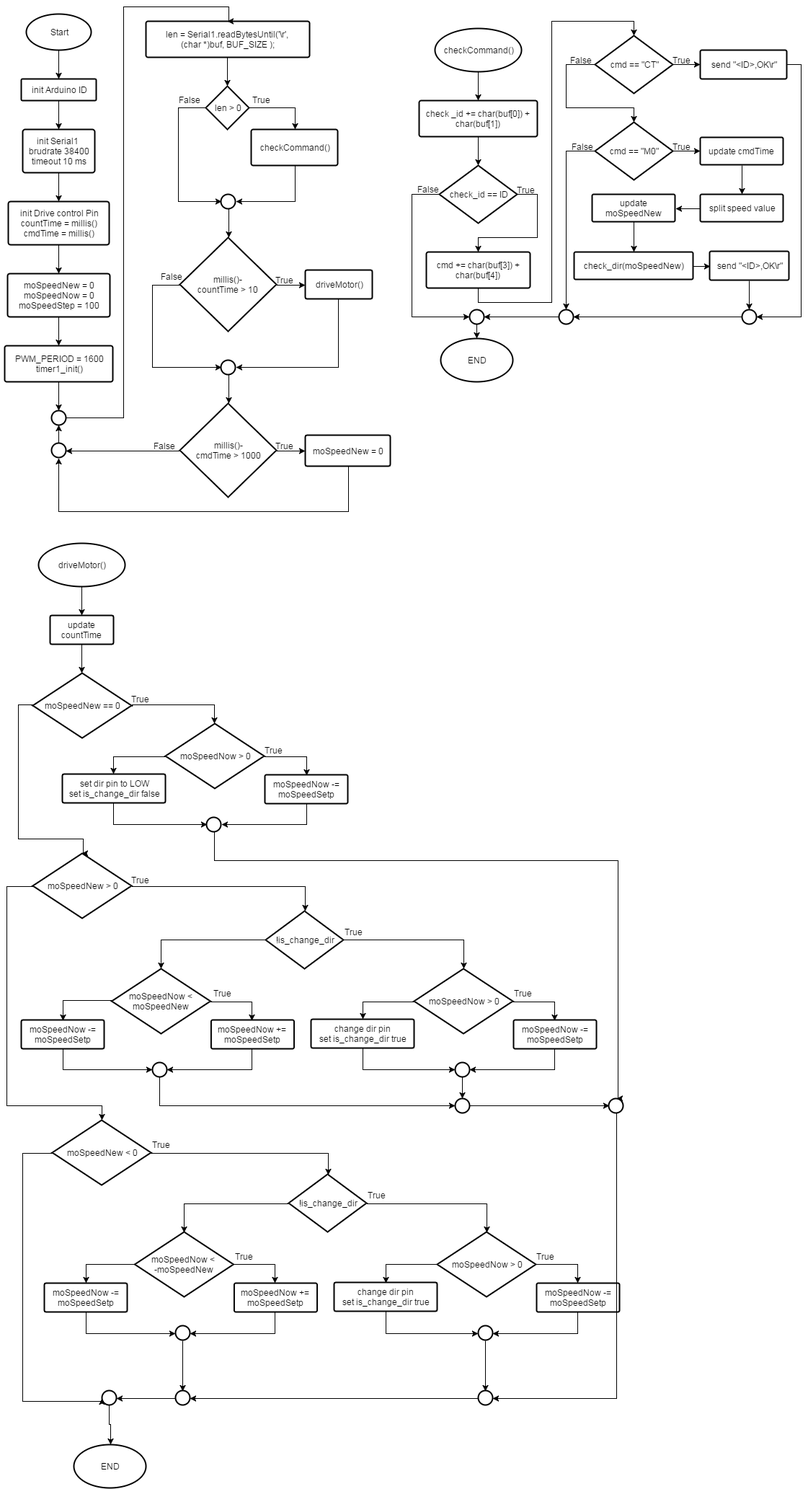
Earlier version of the draw.io export doc/flowchart/drivemotor.png (batman1292/EODonGH). Source tidied: cells renumbered, new cells last; positions are measured from the earlier drawing's top-left corner, leaving out a move shared by most shapes.
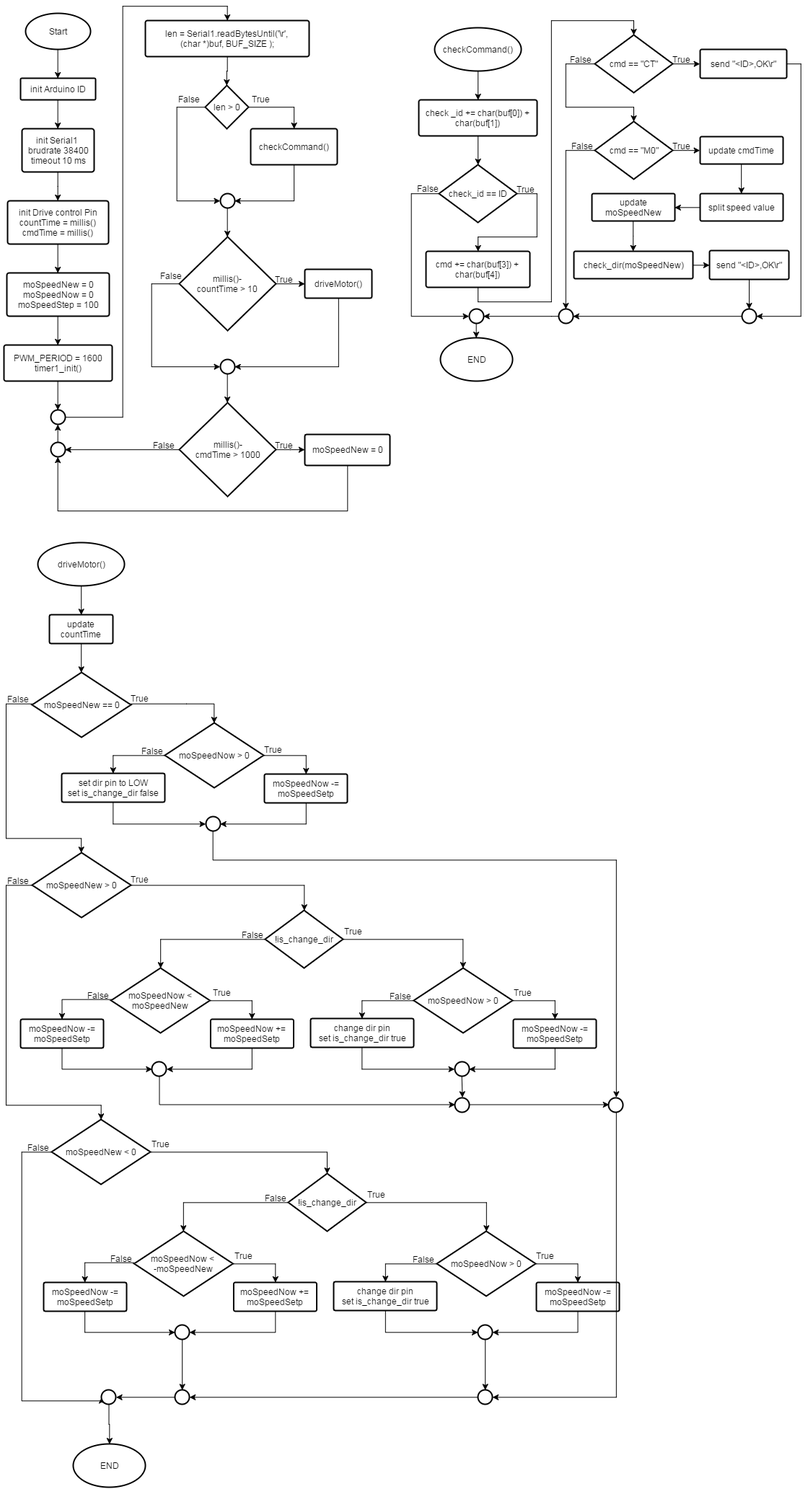
The same file after the commit.

Diff of the diagram source:
```diff
@@ -324,8 +324,9 @@
     <mxCell id="90" style="edgeStyle=orthogonalEdgeStyle;rounded=0;html=1;exitX=0;exitY=0.5;exitPerimeter=0;entryX=0.5;entryY=0;entryPerimeter=0;jettySize=auto;" parent="1" edge="1" source="91" target="101">
       <mxGeometry relative="1" as="geometry">
         <Array as="points">
-          <mxPoint x="19" y="968" />
-          <mxPoint x="19" y="1154" />
+          <mxPoint x="39" y="968" />
+          <mxPoint x="3" y="968" />
+          <mxPoint x="3" y="1154" />
           <mxPoint x="108" y="1154" />
         </Array>
       </mxGeometry>
@@ -600,5 +601,35 @@
     <mxCell id="169" value="True" style="text;html=1;align=left;verticalAlign=top;spacingTop=-4;" parent="1" vertex="1">
       <mxGeometry x="736" y="1724" width="40" height="20" as="geometry" />
     </mxCell>
+    <mxCell id="170" value="False" style="text;html=1;align=left;verticalAlign=top;spacingTop=-4;" parent="1" vertex="1">
+      <mxGeometry x="3" y="952" width="50" height="20" as="geometry" />
+    </mxCell>
+    <mxCell id="171" value="False" style="text;html=1;align=left;verticalAlign=top;spacingTop=-4;" parent="1" vertex="1">
+      <mxGeometry x="189" y="1024" width="50" height="20" as="geometry" />
+    </mxCell>
+    <mxCell id="172" value="False" style="text;html=1;align=left;verticalAlign=top;spacingTop=-4;" parent="1" vertex="1">
+      <mxGeometry x="3" y="1204" width="50" height="20" as="geometry" />
+    </mxCell>
+    <mxCell id="173" value="False" style="text;html=1;align=left;verticalAlign=top;spacingTop=-4;" parent="1" vertex="1">
+      <mxGeometry x="328" y="1279" width="50" height="20" as="geometry" />
+    </mxCell>
+    <mxCell id="174" value="False" style="text;html=1;align=left;verticalAlign=top;spacingTop=-4;" parent="1" vertex="1">
+      <mxGeometry x="533" y="1364" width="50" height="20" as="geometry" />
+    </mxCell>
+    <mxCell id="175" value="False" style="text;html=1;align=left;verticalAlign=top;spacingTop=-4;" parent="1" vertex="1">
+      <mxGeometry x="114" y="1363" width="50" height="20" as="geometry" />
+    </mxCell>
+    <mxCell id="176" value="False" style="text;html=1;align=left;verticalAlign=top;spacingTop=-4;" parent="1" vertex="1">
+      <mxGeometry x="31" y="1574" width="50" height="20" as="geometry" />
+    </mxCell>
+    <mxCell id="177" value="False" style="text;html=1;align=left;verticalAlign=top;spacingTop=-4;" parent="1" vertex="1">
+      <mxGeometry x="360" y="1644" width="50" height="20" as="geometry" />
+    </mxCell>
+    <mxCell id="178" value="False" style="text;html=1;align=left;verticalAlign=top;spacingTop=-4;" parent="1" vertex="1">
+      <mxGeometry x="146" y="1728" width="50" height="20" as="geometry" />
+    </mxCell>
+    <mxCell id="179" value="False" style="text;html=1;align=left;verticalAlign=top;spacingTop=-4;" parent="1" vertex="1">
+      <mxGeometry x="565" y="1729" width="50" height="20" as="geometry" />
+    </mxCell>
   </root>
 </mxGraphModel>
```
